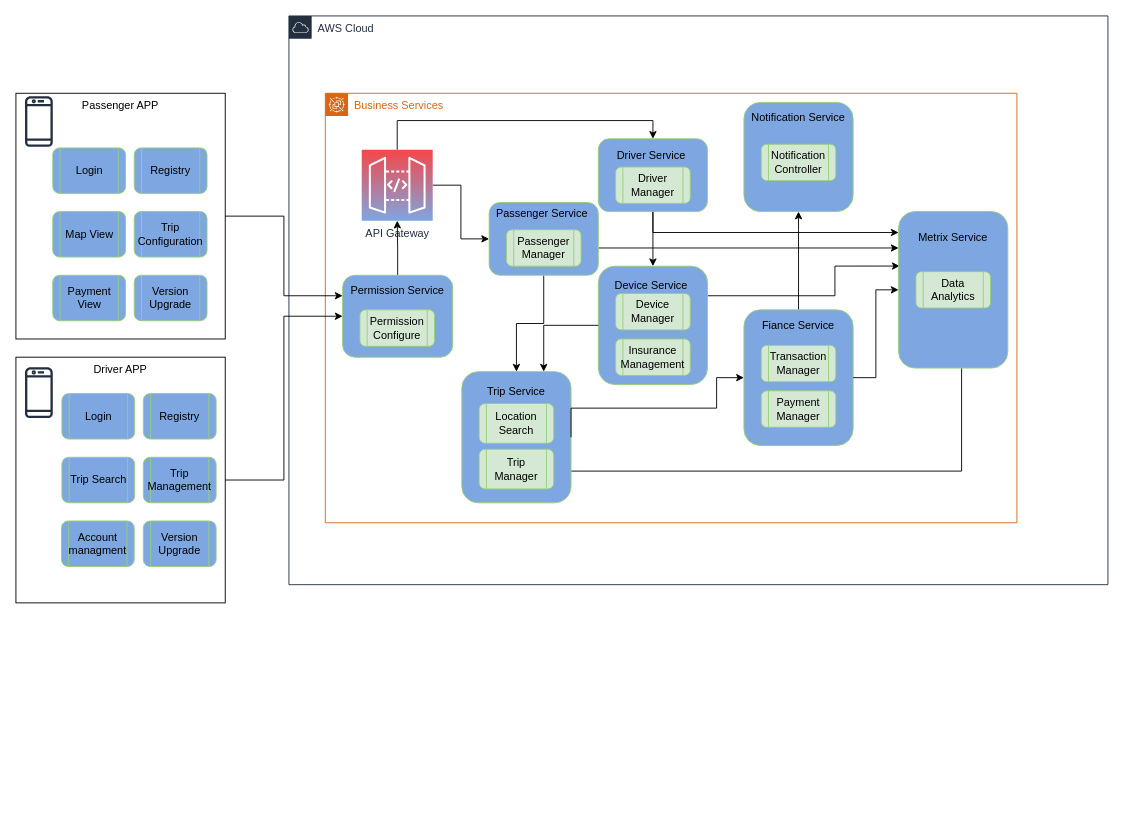
JackZhao2517/drawio_folder keeps this draw.io diagram as page "Component Model" (4 of 4) of DD_Logical_Arch_overview.drawio. Above is the earlier version. Source tidied: cells renumbered, new cells numbered last; positions are measured from the earlier drawing's top-left corner, leaving out a move shared by most shapes. Both pictures are drawn from the tidied source at 91%, with x=0, y=0 at pixel (15, 15).
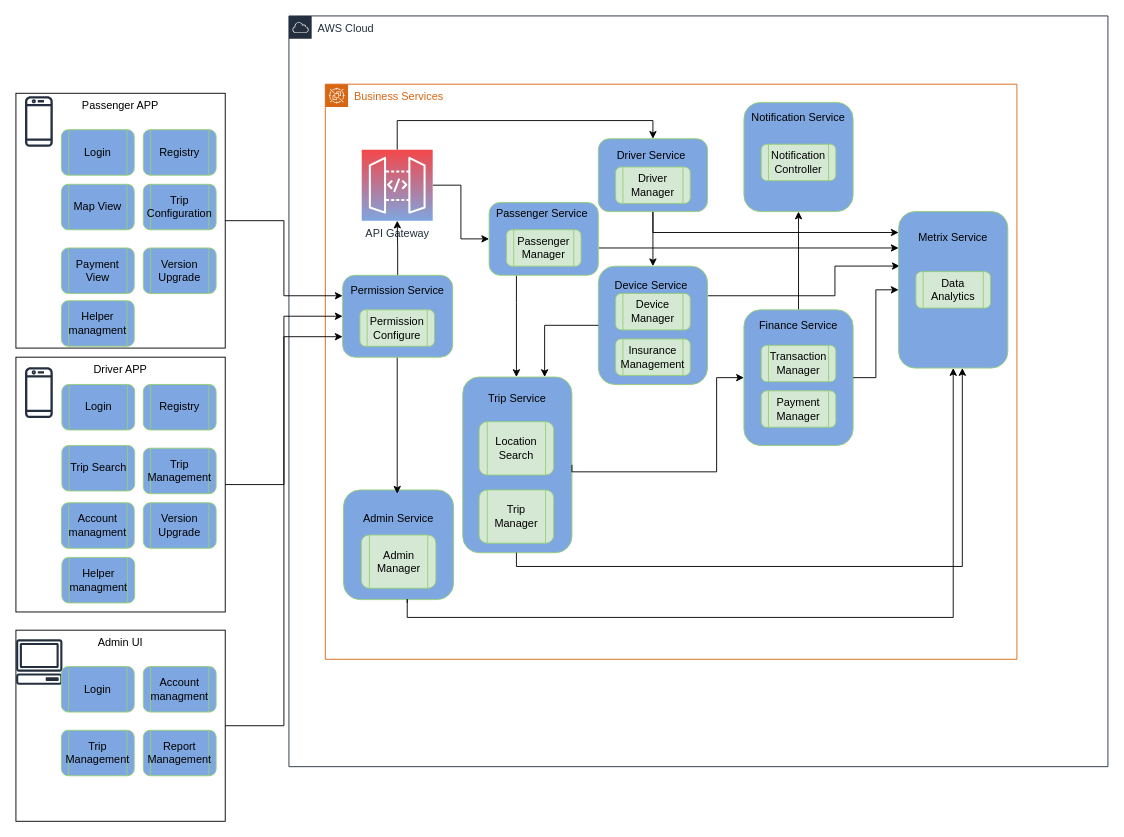
The same diagram, later.

Unchanged cells that the change refers to:
```xml
<mxCell id="11" value="&lt;div&gt;Passenger Service&amp;nbsp; &lt;br&gt;&lt;/div&gt;&lt;div&gt;&lt;br&gt;&lt;/div&gt;&lt;div&gt;&lt;br&gt;&lt;/div&gt;&lt;div&gt;&lt;br&gt;&lt;/div&gt;&lt;div&gt;&lt;br&gt;&lt;/div&gt;" style="rounded=1;whiteSpace=wrap;html=1;shadow=0;strokeColor=#97D077;fillColor=#7EA6E0;" parent="1" vertex="1">
  <mxGeometry x="520" y="205" width="120" height="80" as="geometry" />
</mxCell>
<mxCell id="39" value="&lt;div&gt;Permission Service&lt;/div&gt;&lt;div&gt;&lt;br&gt;&lt;/div&gt;&lt;div&gt;&lt;br&gt;&lt;/div&gt;&lt;div&gt;&lt;br&gt;&lt;/div&gt;&lt;div&gt;&lt;br&gt;&lt;/div&gt;" style="whiteSpace=wrap;html=1;rounded=1;shadow=0;strokeColor=#97D077;fillColor=#7EA6E0;" parent="1" vertex="1">
  <mxGeometry x="359" y="285" width="121" height="90" as="geometry" />
</mxCell>
<mxCell id="48" value="&lt;div&gt;Metrix Service&lt;/div&gt;&lt;div&gt;&lt;br&gt;&lt;/div&gt;&lt;div&gt;&lt;br&gt;&lt;/div&gt;&lt;div&gt;&lt;br&gt;&lt;/div&gt;&lt;div&gt;&lt;br&gt;&lt;/div&gt;&lt;div&gt;&lt;br&gt;&lt;/div&gt;&lt;div&gt;&lt;br&gt;&lt;/div&gt;&lt;div&gt;&lt;br&gt;&lt;/div&gt;&lt;div&gt;&lt;br&gt;&lt;/div&gt;" style="whiteSpace=wrap;html=1;rounded=1;shadow=0;strokeColor=#97D077;fillColor=#7EA6E0;" parent="1" vertex="1">
  <mxGeometry x="970" y="215" width="120" height="172" as="geometry" />
</mxCell>
<mxCell id="52" style="group;" parent="1" vertex="1">
  <mxGeometry x="800" y="323" width="120" height="149" as="geometry" />
</mxCell>
```

What changed in the source:
```diff
@@
     <mxCell id="2" value="AWS Cloud" style="gradientColor=none;html=1;whiteSpace=wrap;fontSize=12;fontStyle=0;shape=mxgraph.aws4.group;grIcon=mxgraph.aws4.group_aws_cloud;strokeColor=#232F3E;fillColor=none;verticalAlign=top;align=left;spacingLeft=30;fontColor=#232F3E;dashed=0;rounded=1;shadow=0;" parent="1" vertex="1">
-      <mxGeometry x="300" width="900" height="625" as="geometry" />
+      <mxGeometry x="300" width="900" height="825" as="geometry" />
     </mxCell>
     <mxCell id="3" style="group;" parent="1" vertex="1">
-      <mxGeometry x="350" y="85" width="750" height="472" as="geometry" />
+      <mxGeometry x="350" y="75" width="750" height="632" as="geometry" />
     </mxCell>
     <mxCell id="4" value="Business Services" style="points=[[0,0],[0.25,0],[0.5,0],[0.75,0],[1,0],[1,0.25],[1,0.5],[1,0.75],[1,1],[0.75,1],[0.5,1],[0.25,1],[0,1],[0,0.75],[0,0.5],[0,0.25]];outlineConnect=0;gradientColor=none;html=1;whiteSpace=wrap;fontSize=12;fontStyle=0;shape=mxgraph.aws4.group;grIcon=mxgraph.aws4.group_spot_fleet;strokeColor=#D86613;fillColor=none;verticalAlign=top;align=left;spacingLeft=30;fontColor=#D86613;dashed=0;rounded=1;shadow=0;" parent="3" vertex="1">
-      <mxGeometry x="-10" width="760" height="472" as="geometry" />
+      <mxGeometry x="-10" width="760" height="632" as="geometry" />
     </mxCell>
-    <mxCell id="5" style="edgeStyle=orthogonalEdgeStyle;rounded=0;jettySize=auto;html=1;entryX=0.92;entryY=0.556;entryDx=0;entryDy=0;entryPerimeter=0;" parent="3" edge="1" source="6" target="4">
-      <mxGeometry relative="1" as="geometry">
-        <Array as="points">
-          <mxPoint x="690" y="415.2" />
-        </Array>
-      </mxGeometry>
-    </mxCell>
-    <mxCell id="6" value="&lt;div&gt;Trip Service&lt;/div&gt;&lt;div&gt;&lt;br&gt;&lt;/div&gt;&lt;div&gt;&lt;br&gt;&lt;/div&gt;&lt;div&gt;&lt;br&gt;&lt;/div&gt;&lt;div&gt;&lt;br&gt;&lt;/div&gt;&lt;div&gt;&lt;br&gt;&lt;/div&gt;&lt;div&gt;&lt;br&gt;&lt;/div&gt;&lt;div&gt;&lt;br&gt;&lt;/div&gt;" style="whiteSpace=wrap;html=1;rounded=1;shadow=0;strokeColor=#97D077;fillColor=#7EA6E0;" parent="3" vertex="1">
-      <mxGeometry x="140" y="305.9" width="120" height="144.2" as="geometry" />
+    <mxCell id="6" value="&lt;div&gt;Trip Service&lt;/div&gt;&lt;div&gt;&lt;br&gt;&lt;/div&gt;&lt;div&gt;&lt;br&gt;&lt;/div&gt;&lt;div&gt;&lt;br&gt;&lt;/div&gt;&lt;div&gt;&lt;br&gt;&lt;/div&gt;&lt;div&gt;&lt;br&gt;&lt;/div&gt;&lt;div&gt;&lt;br&gt;&lt;/div&gt;&lt;div&gt;&lt;br&gt;&lt;/div&gt;&lt;div&gt;&lt;br&gt;&lt;/div&gt;&lt;div&gt;&lt;br&gt;&lt;/div&gt;&lt;div&gt;&lt;br&gt;&lt;/div&gt;" style="whiteSpace=wrap;html=1;rounded=1;shadow=0;strokeColor=#97D077;fillColor=#7EA6E0;" parent="3" vertex="1">
+      <mxGeometry x="141" y="321.8" width="120" height="193.1" as="geometry" />
     </mxCell>
     <mxCell id="7" value="Location Search" style="shape=process;whiteSpace=wrap;html=1;backgroundOutline=1;rounded=1;shadow=0;strokeColor=#97D077;fillColor=#D5E8D4;" parent="3" vertex="1">
-      <mxGeometry x="159" y="340.9" width="82" height="43.7" as="geometry" />
+      <mxGeometry x="159" y="371" width="82" height="58.5" as="geometry" />
     </mxCell>
     <mxCell id="8" value="Trip Manager" style="shape=process;whiteSpace=wrap;html=1;backgroundOutline=1;rounded=1;shadow=0;strokeColor=#97D077;fillColor=#D5E8D4;" parent="3" vertex="1">
-      <mxGeometry x="159" y="391.1" width="82" height="43.7" as="geometry" />
+      <mxGeometry x="159" y="445.9" width="82" height="58.5" as="geometry" />
     </mxCell>
+    <mxCell id="58" value="&lt;div&gt;Admin Service&lt;/div&gt;&lt;div&gt;&lt;br&gt;&lt;/div&gt;&lt;div&gt;&lt;br&gt;&lt;/div&gt;&lt;div&gt;&lt;br&gt;&lt;/div&gt;&lt;div&gt;&lt;br&gt;&lt;/div&gt;" style="whiteSpace=wrap;html=1;rounded=1;shadow=0;strokeColor=#97D077;fillColor=#7EA6E0;" parent="3" vertex="1">
+      <mxGeometry x="10" y="445.9" width="121" height="120.5" as="geometry" />
+    </mxCell>
+    <mxCell id="59" value="Admin Manager" style="shape=process;whiteSpace=wrap;html=1;backgroundOutline=1;rounded=1;shadow=0;strokeColor=#97D077;fillColor=#D5E8D4;" parent="3" vertex="1">
+      <mxGeometry x="29.5" y="495.4" width="82" height="58.5" as="geometry" />
+    </mxCell>
     <mxCell id="9" style="edgeStyle=orthogonalEdgeStyle;rounded=0;jettySize=auto;html=1;" parent="1" edge="1" source="11" target="6">
-      <mxGeometry relative="1" as="geometry" />
+      <mxGeometry relative="1" as="geometry">
+        <Array as="points">
+          <mxPoint x="550" y="315" />
+          <mxPoint x="550" y="315" />
+        </Array>
+      </mxGeometry>
     </mxCell>
@@
     <mxCell id="12" style="edgeStyle=orthogonalEdgeStyle;rounded=0;jettySize=auto;html=1;entryX=0;entryY=0.5;entryDx=0;entryDy=0;exitX=1;exitY=0.5;exitDx=0;exitDy=0;" parent="1" edge="1" source="6" target="53">
       <mxGeometry relative="1" as="geometry">
         <Array as="points">
-          <mxPoint x="770" y="431" />
-          <mxPoint x="770" y="398" />
+          <mxPoint x="770" y="501" />
+          <mxPoint x="770" y="397" />
         </Array>
       </mxGeometry>
     </mxCell>
@@
     <mxCell id="18" value="Passenger APP" style="fillColor=none;strokeColor=#000000;verticalAlign=top;fontStyle=0;fontColor=#000000;shadow=0;" parent="1" vertex="1">
-      <mxGeometry y="85" width="230" height="270" as="geometry" />
+      <mxGeometry y="85" width="230" height="280" as="geometry" />
     </mxCell>
@@
     <mxCell id="20" value="Login" style="shape=process;whiteSpace=wrap;html=1;backgroundOutline=1;rounded=1;shadow=0;strokeColor=#97D077;fillColor=#7EA6E0;" parent="1" vertex="1">
-      <mxGeometry x="40.5" y="145" width="80" height="50" as="geometry" />
+      <mxGeometry x="50" y="125" width="80" height="50" as="geometry" />
     </mxCell>
     <mxCell id="21" value="Version Upgrade" style="shape=process;whiteSpace=wrap;html=1;backgroundOutline=1;rounded=1;shadow=0;strokeColor=#97D077;fillColor=#7EA6E0;" parent="1" vertex="1">
-      <mxGeometry x="130" y="285" width="80" height="50" as="geometry" />
+      <mxGeometry x="140" y="255" width="80" height="50" as="geometry" />
     </mxCell>
     <mxCell id="22" value="Map View" style="shape=process;whiteSpace=wrap;html=1;backgroundOutline=1;rounded=1;shadow=0;strokeColor=#97D077;fillColor=#7EA6E0;" parent="1" vertex="1">
-      <mxGeometry x="40.5" y="215" width="80" height="50" as="geometry" />
+      <mxGeometry x="50" y="185" width="80" height="50" as="geometry" />
     </mxCell>
     <mxCell id="23" value="Trip Configuration" style="shape=process;whiteSpace=wrap;html=1;backgroundOutline=1;rounded=1;shadow=0;strokeColor=#97D077;fillColor=#7EA6E0;" parent="1" vertex="1">
-      <mxGeometry x="130" y="215" width="80" height="50" as="geometry" />
+      <mxGeometry x="140" y="185" width="80" height="50" as="geometry" />
     </mxCell>
     <mxCell id="24" value="Payment View" style="shape=process;whiteSpace=wrap;html=1;backgroundOutline=1;rounded=1;shadow=0;strokeColor=#97D077;fillColor=#7EA6E0;" parent="1" vertex="1">
-      <mxGeometry x="40.5" y="285" width="80" height="50" as="geometry" />
+      <mxGeometry x="50" y="255" width="80" height="50" as="geometry" />
     </mxCell>
     <mxCell id="25" value="Registry" style="shape=process;whiteSpace=wrap;html=1;backgroundOutline=1;rounded=1;shadow=0;strokeColor=#97D077;fillColor=#7EA6E0;" parent="1" vertex="1">
-      <mxGeometry x="130" y="145" width="80" height="50" as="geometry" />
+      <mxGeometry x="140" y="125" width="80" height="50" as="geometry" />
     </mxCell>
@@
     <mxCell id="27" value="Driver APP" style="fillColor=none;strokeColor=#000000;verticalAlign=top;fontStyle=0;fontColor=#000000;shadow=0;" parent="1" vertex="1">
-      <mxGeometry y="375" width="230" height="270" as="geometry" />
+      <mxGeometry y="375" width="230" height="280" as="geometry" />
     </mxCell>
@@
     <mxCell id="29" value="Login" style="shape=process;whiteSpace=wrap;html=1;backgroundOutline=1;rounded=1;shadow=0;strokeColor=#97D077;fillColor=#7EA6E0;" parent="1" vertex="1">
-      <mxGeometry x="50.5" y="415" width="80" height="50" as="geometry" />
+      <mxGeometry x="50.5" y="405" width="80" height="50" as="geometry" />
     </mxCell>
     <mxCell id="30" value="Version Upgrade" style="shape=process;whiteSpace=wrap;html=1;backgroundOutline=1;rounded=1;shadow=0;strokeColor=#97D077;fillColor=#7EA6E0;" parent="1" vertex="1">
-      <mxGeometry x="140" y="555" width="80" height="50" as="geometry" />
+      <mxGeometry x="140" y="535" width="80" height="50" as="geometry" />
     </mxCell>
     <mxCell id="31" value="Registry" style="shape=process;whiteSpace=wrap;html=1;backgroundOutline=1;rounded=1;shadow=0;strokeColor=#97D077;fillColor=#7EA6E0;" parent="1" vertex="1">
-      <mxGeometry x="140" y="415" width="80" height="50" as="geometry" />
+      <mxGeometry x="140" y="405" width="80" height="50" as="geometry" />
     </mxCell>
     <mxCell id="32" value="Trip Search" style="shape=process;whiteSpace=wrap;html=1;backgroundOutline=1;rounded=1;shadow=0;strokeColor=#97D077;fillColor=#7EA6E0;" parent="1" vertex="1">
-      <mxGeometry x="50.5" y="485" width="80" height="50" as="geometry" />
+      <mxGeometry x="50.5" y="472" width="80" height="50" as="geometry" />
     </mxCell>
     <mxCell id="33" value="Trip Management" style="shape=process;whiteSpace=wrap;html=1;backgroundOutline=1;rounded=1;shadow=0;strokeColor=#97D077;fillColor=#7EA6E0;" parent="1" vertex="1">
-      <mxGeometry x="140" y="485" width="80" height="50" as="geometry" />
+      <mxGeometry x="140" y="475" width="80" height="50" as="geometry" />
     </mxCell>
     <mxCell id="34" value="Account managment" style="shape=process;whiteSpace=wrap;html=1;backgroundOutline=1;rounded=1;shadow=0;strokeColor=#97D077;fillColor=#7EA6E0;" parent="1" vertex="1">
-      <mxGeometry x="50" y="555" width="80" height="50" as="geometry" />
+      <mxGeometry x="50" y="535" width="80" height="50" as="geometry" />
     </mxCell>
@@
+    <mxCell id="60" style="edgeStyle=orthogonalEdgeStyle;rounded=0;jettySize=auto;html=1;" parent="1" edge="1" source="39">
+      <mxGeometry relative="1" as="geometry">
+        <mxPoint x="419" y="525" as="targetPoint" />
+        <Array as="points">
+          <mxPoint x="419" y="525" />
+        </Array>
+      </mxGeometry>
+    </mxCell>
@@
-    <mxCell id="53" value="&lt;div&gt;Fiance Service&lt;/div&gt;&lt;div&gt;&lt;br&gt;&lt;/div&gt;&lt;div&gt;&lt;br&gt;&lt;/div&gt;&lt;div&gt;&lt;br&gt;&lt;/div&gt;&lt;div&gt;&lt;br&gt;&lt;/div&gt;&lt;div&gt;&lt;br&gt;&lt;/div&gt;&lt;div&gt;&lt;br&gt;&lt;/div&gt;&lt;div&gt;&lt;br&gt;&lt;/div&gt;&lt;div&gt;&lt;br&gt;&lt;/div&gt;" style="whiteSpace=wrap;html=1;rounded=1;shadow=0;strokeColor=#97D077;fillColor=#7EA6E0;" parent="52" vertex="1">
+    <mxCell id="53" value="&lt;div&gt;Finance Service&lt;/div&gt;&lt;div&gt;&lt;br&gt;&lt;/div&gt;&lt;div&gt;&lt;br&gt;&lt;/div&gt;&lt;div&gt;&lt;br&gt;&lt;/div&gt;&lt;div&gt;&lt;br&gt;&lt;/div&gt;&lt;div&gt;&lt;br&gt;&lt;/div&gt;&lt;div&gt;&lt;br&gt;&lt;/div&gt;&lt;div&gt;&lt;br&gt;&lt;/div&gt;&lt;div&gt;&lt;br&gt;&lt;/div&gt;" style="whiteSpace=wrap;html=1;rounded=1;shadow=0;strokeColor=#97D077;fillColor=#7EA6E0;" parent="52" vertex="1">
       <mxGeometry width="120" height="149" as="geometry" />
     </mxCell>
@@
+    <mxCell id="61" value="Helper managment" style="shape=process;whiteSpace=wrap;html=1;backgroundOutline=1;rounded=1;shadow=0;strokeColor=#97D077;fillColor=#7EA6E0;" parent="1" vertex="1">
+      <mxGeometry x="50.5" y="595" width="80" height="50" as="geometry" />
+    </mxCell>
+    <mxCell id="62" value="Helper managment" style="shape=process;whiteSpace=wrap;html=1;backgroundOutline=1;rounded=1;shadow=0;strokeColor=#97D077;fillColor=#7EA6E0;" parent="1" vertex="1">
+      <mxGeometry x="50" y="313" width="80" height="50" as="geometry" />
+    </mxCell>
+    <mxCell id="63" style="edgeStyle=orthogonalEdgeStyle;rounded=0;jettySize=auto;html=1;entryX=0;entryY=0.75;entryDx=0;entryDy=0;" parent="1" edge="1" source="64" target="39">
+      <mxGeometry relative="1" as="geometry" />
+    </mxCell>
+    <mxCell id="64" value="Admin UI" style="fillColor=none;strokeColor=#000000;verticalAlign=top;fontStyle=0;fontColor=#000000;shadow=0;" parent="1" vertex="1">
+      <mxGeometry y="675" width="230" height="210" as="geometry" />
+    </mxCell>
+    <mxCell id="65" style="edgeStyle=orthogonalEdgeStyle;rounded=0;orthogonalLoop=1;jettySize=auto;html=1;exitX=0.5;exitY=1;exitDx=0;exitDy=0;" parent="1" edge="1" source="33" target="33">
+      <mxGeometry relative="1" as="geometry" />
+    </mxCell>
+    <mxCell id="66" style="fontColor=#232F3E;gradientColor=none;fillColor=#232F3E;strokeColor=none;dashed=0;verticalLabelPosition=bottom;verticalAlign=top;align=center;html=1;fontSize=12;fontStyle=0;shape=mxgraph.aws4.client;rounded=1;shadow=0;" parent="1" vertex="1">
+      <mxGeometry y="685" width="51.3" height="50" as="geometry" />
+    </mxCell>
+    <mxCell id="67" value="Login" style="shape=process;whiteSpace=wrap;html=1;backgroundOutline=1;rounded=1;shadow=0;strokeColor=#97D077;fillColor=#7EA6E0;" parent="1" vertex="1">
+      <mxGeometry x="50" y="715" width="80" height="50" as="geometry" />
+    </mxCell>
+    <mxCell id="68" value="Account managment" style="shape=process;whiteSpace=wrap;html=1;backgroundOutline=1;rounded=1;shadow=0;strokeColor=#97D077;fillColor=#7EA6E0;" parent="1" vertex="1">
+      <mxGeometry x="140" y="715" width="80" height="50" as="geometry" />
+    </mxCell>
+    <mxCell id="69" value="Trip Management" style="shape=process;whiteSpace=wrap;html=1;backgroundOutline=1;rounded=1;shadow=0;strokeColor=#97D077;fillColor=#7EA6E0;" parent="1" vertex="1">
+      <mxGeometry x="50" y="785" width="80" height="50" as="geometry" />
+    </mxCell>
+    <mxCell id="70" value="Report Management" style="shape=process;whiteSpace=wrap;html=1;backgroundOutline=1;rounded=1;shadow=0;strokeColor=#97D077;fillColor=#7EA6E0;" parent="1" vertex="1">
+      <mxGeometry x="140" y="785" width="80" height="50" as="geometry" />
+    </mxCell>
+    <mxCell id="5" style="edgeStyle=orthogonalEdgeStyle;rounded=0;jettySize=auto;html=1;" parent="1" edge="1" source="6" target="48">
+      <mxGeometry relative="1" as="geometry">
+        <Array as="points">
+          <mxPoint x="550" y="605" />
+          <mxPoint x="1040" y="605" />
+        </Array>
+      </mxGeometry>
+    </mxCell>
+    <mxCell id="71" style="edgeStyle=orthogonalEdgeStyle;rounded=0;jettySize=auto;html=1;" parent="1" edge="1" target="48">
+      <mxGeometry relative="1" as="geometry">
+        <mxPoint x="430" y="645" as="sourcePoint" />
+        <Array as="points">
+          <mxPoint x="430" y="641" />
+          <mxPoint x="430" y="661" />
+          <mxPoint x="1030" y="661" />
+        </Array>
+      </mxGeometry>
+    </mxCell>
```
